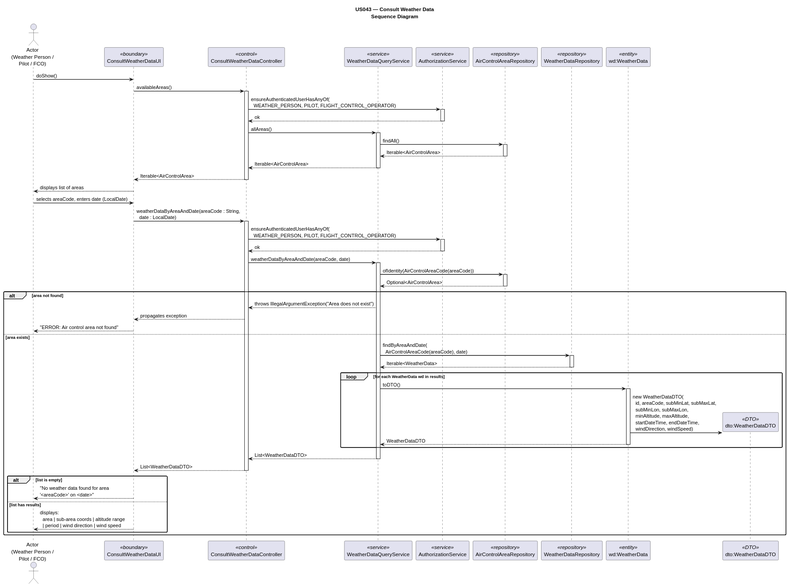
DuartePinto1240/sem4pi2526-sem4pi2526_2da2 keeps this PlantUML diagram as docs/Sprint 3/EAPLI/US043/svg/US043_sequence_diagram.svg. Above is the earlier version.
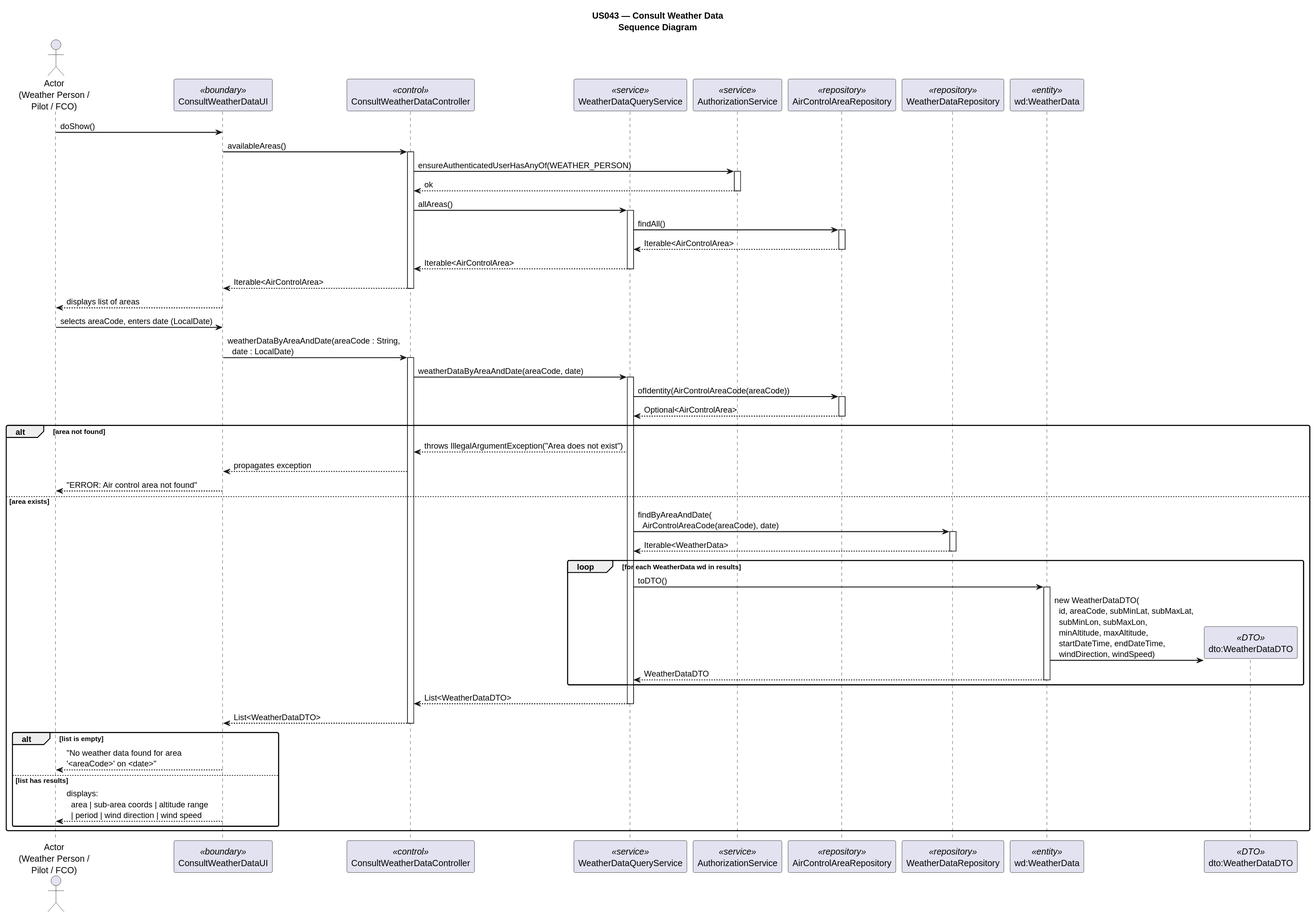
After the change.

Change to the diagram source:
```diff
@@ -20,7 +20,7 @@
 UI -> CTRL : availableAreas()
 activate CTRL
 
-CTRL -> AUTHZ : ensureAuthenticatedUserHasAnyOf(\n  WEATHER_PERSON, PILOT, FLIGHT_CONTROL_OPERATOR)
+CTRL -> AUTHZ : ensureAuthenticatedUserHasAnyOf(WEATHER_PERSON)
 activate AUTHZ
 AUTHZ --> CTRL : ok
 deactivate AUTHZ
@@ -43,11 +43,6 @@
 
 UI -> CTRL : weatherDataByAreaAndDate(areaCode : String,\n  date : LocalDate)
 activate CTRL
-
-CTRL -> AUTHZ : ensureAuthenticatedUserHasAnyOf(\n  WEATHER_PERSON, PILOT, FLIGHT_CONTROL_OPERATOR)
-activate AUTHZ
-AUTHZ --> CTRL : ok
-deactivate AUTHZ
 
 CTRL -> SVC : weatherDataByAreaAndDate(areaCode, date)
 activate SVC
```
